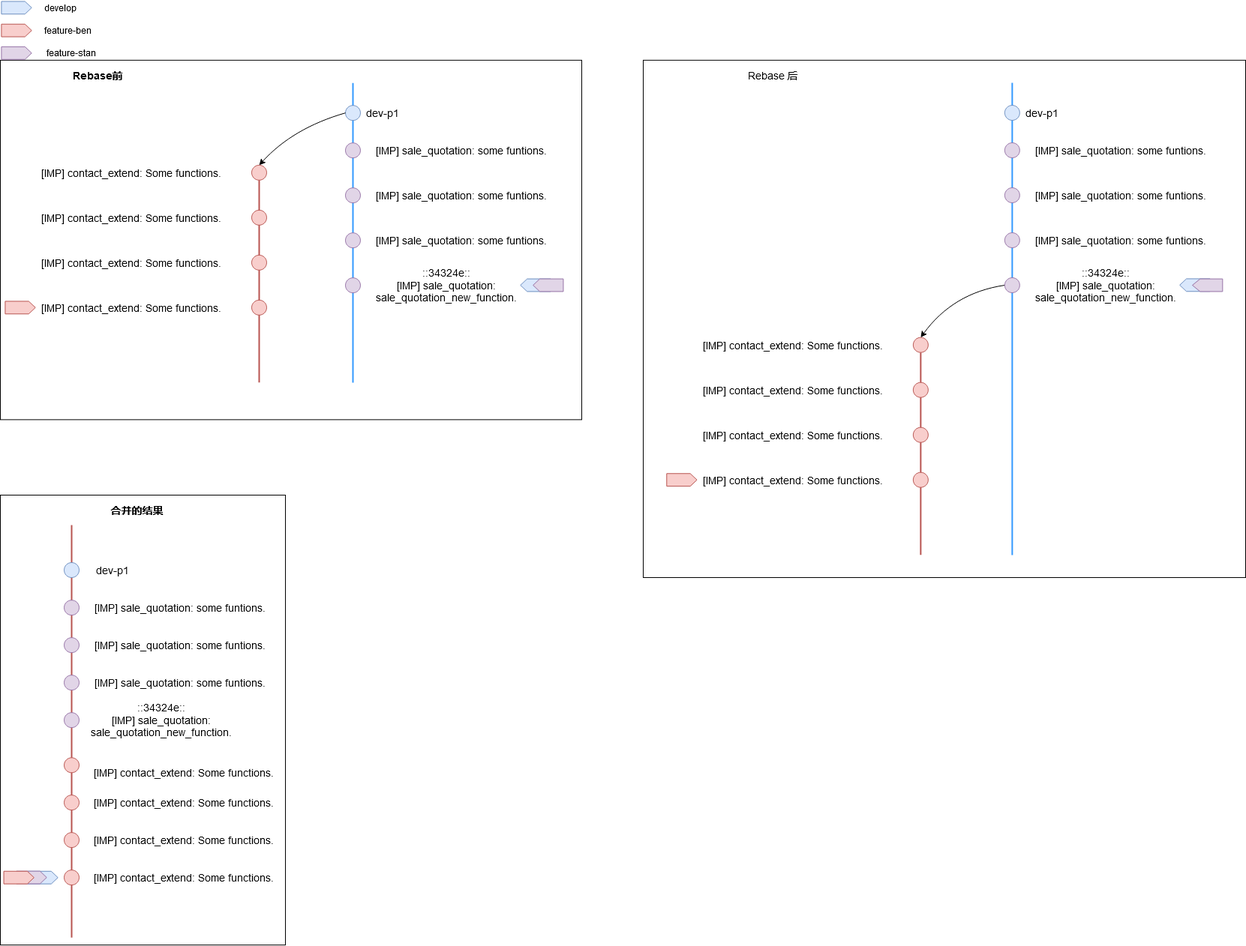
alreadytakenn/images keeps this draw.io diagram as gitBranchModel/rebasePersonalBranch.png. Above is the earlier version. Source tidied: cells renumbered, new cells last; positions are measured from the earlier drawing's top-left corner, leaving out a move shared by most shapes.
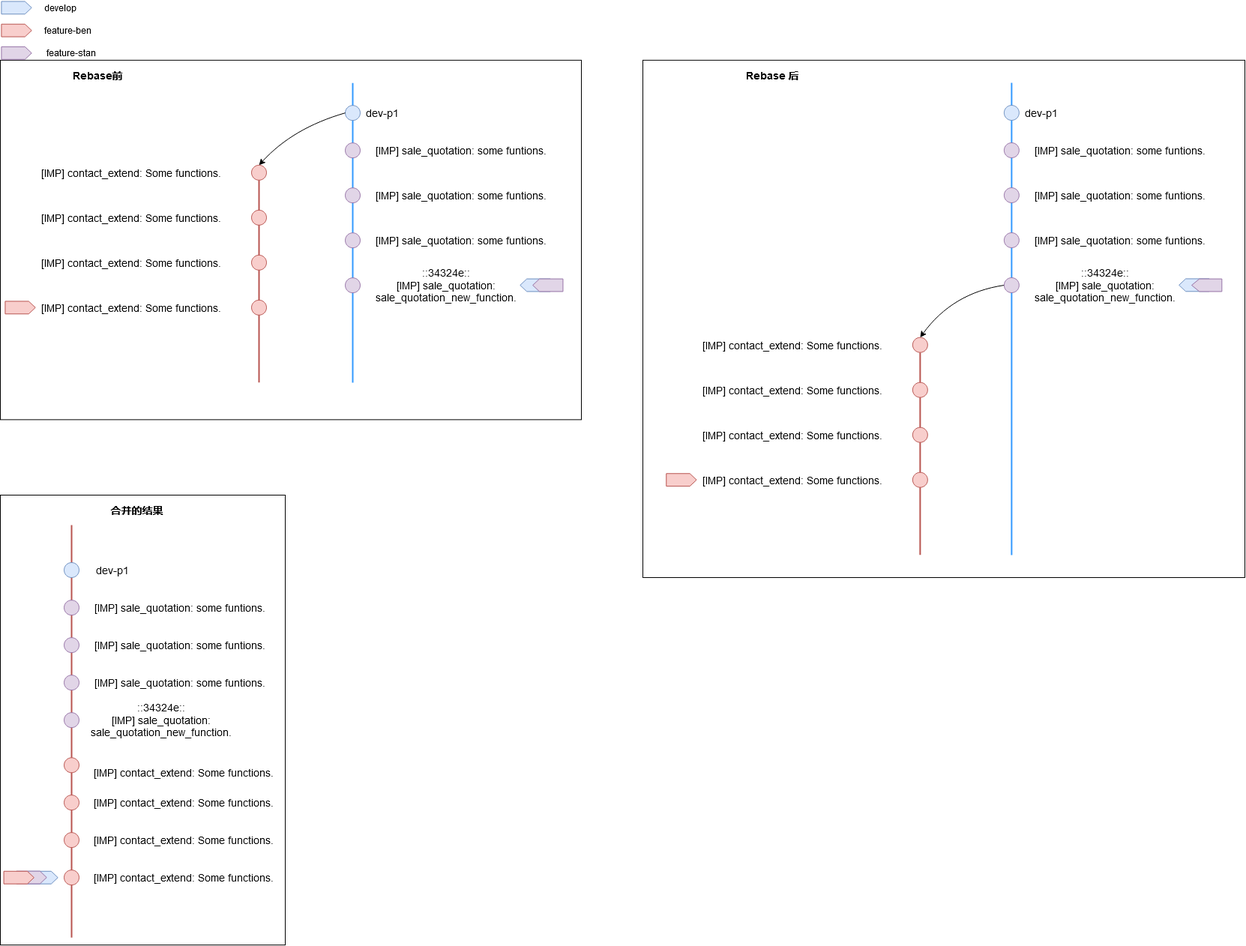
The same file after the commit.

Change to the diagram source:
```diff
@@ -253,7 +253,7 @@
     <mxCell id="82" value="Rebase前" style="text;html=1;strokeColor=none;fillColor=none;align=center;verticalAlign=middle;whiteSpace=wrap;rounded=0;fontSize=14;fontStyle=1;" parent="1" vertex="1">
       <mxGeometry x="60" y="100" width="140" height="20" as="geometry" />
     </mxCell>
-    <mxCell id="83" value="Rebase 后" style="text;html=1;strokeColor=none;fillColor=none;align=center;verticalAlign=middle;whiteSpace=wrap;rounded=0;fontSize=14;" parent="1" vertex="1">
+    <mxCell id="83" value="Rebase 后" style="text;html=1;strokeColor=none;fillColor=none;align=center;verticalAlign=middle;whiteSpace=wrap;rounded=0;fontSize=14;fontStyle=1;" parent="1" vertex="1">
       <mxGeometry x="900" y="100" width="260" height="20" as="geometry" />
     </mxCell>
   </root>
```
